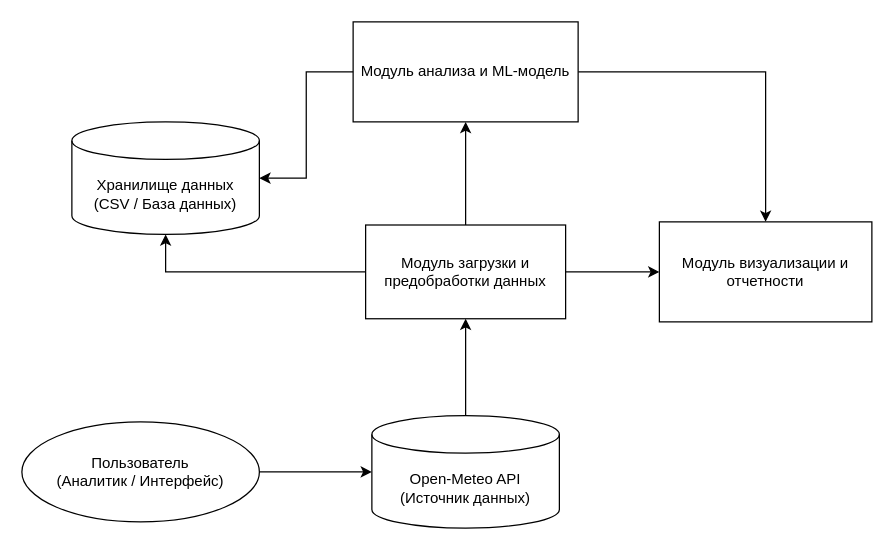
Kirill010/RTU-MIREA keeps this draw.io diagram as 4 курс/Проектирование аналитических систем/storm_architecture.drawio. Above is the earlier version. Source tidied: cells renumbered, new cells numbered last; positions are measured from the earlier drawing's top-left corner, leaving out a move shared by most shapes. Both pictures are drawn from the tidied source at 125%, with x=0, y=0 at pixel (21, 21).
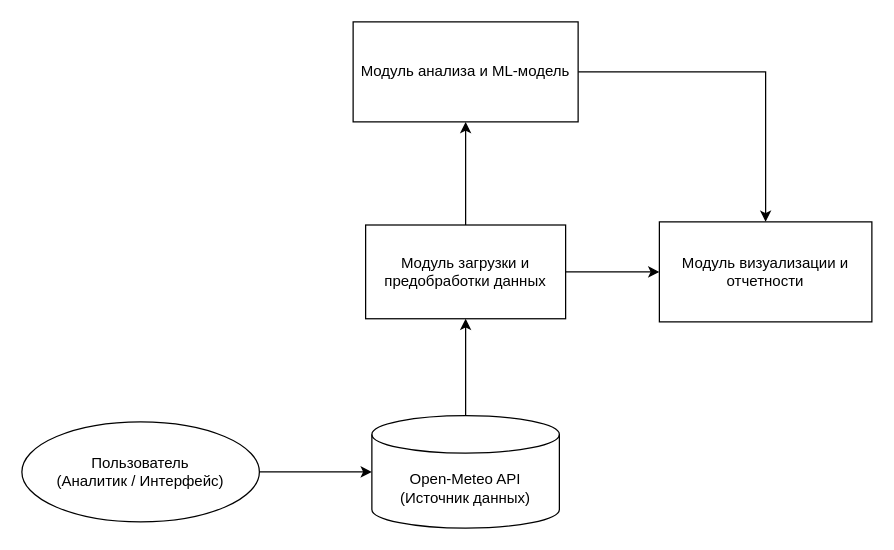
The same diagram, later.

The edit, as a diff of the source:
```diff
@@
 <mxGraphModel>
   <root>
     <mxCell id="0" />
     <mxCell id="1" parent="0" />
     <mxCell id="2" style="edgeStyle=orthogonalEdgeStyle;rounded=0;jettySize=auto;html=1;entryX=0.5;entryY=1;entryDx=0;entryDy=0;" parent="1" edge="1" source="3" target="6">
       <mxGeometry relative="1" as="geometry" />
     </mxCell>
     <mxCell id="3" value="Open-Meteo API&lt;div&gt;(Источник данных)&lt;/div&gt;" style="shape=cylinder3;whiteSpace=wrap;html=1;boundedLbl=1;backgroundOutline=1;size=15;" parent="1" vertex="1">
       <mxGeometry x="280" y="315" width="150" height="90" as="geometry" />
     </mxCell>
     <mxCell id="4" style="edgeStyle=orthogonalEdgeStyle;rounded=0;jettySize=auto;html=1;" parent="1" edge="1" source="6" target="9">
       <mxGeometry relative="1" as="geometry" />
     </mxCell>
     <mxCell id="5" style="edgeStyle=orthogonalEdgeStyle;rounded=0;jettySize=auto;html=1;" parent="1" edge="1" source="6" target="10">
       <mxGeometry relative="1" as="geometry" />
     </mxCell>
     <mxCell id="6" value="Модуль загрузки и предобработки данных" style="rounded=0;whiteSpace=wrap;html=1;" parent="1" vertex="1">
       <mxGeometry x="275" y="162.5" width="160" height="75" as="geometry" />
     </mxCell>
-    <mxCell id="7" value="Хранилище данных&lt;br&gt;(CSV / База данных)" style="shape=cylinder3;whiteSpace=wrap;html=1;boundedLbl=1;backgroundOutline=1;size=15;" parent="1" vertex="1">
-      <mxGeometry x="40" y="80" width="150" height="90" as="geometry" />
-    </mxCell>
     <mxCell id="8" style="edgeStyle=orthogonalEdgeStyle;rounded=0;jettySize=auto;html=1;" parent="1" edge="1" source="9" target="10">
       <mxGeometry relative="1" as="geometry" />
     </mxCell>
     <mxCell id="9" value="Модуль анализа и ML-модель" style="rounded=0;whiteSpace=wrap;html=1;" parent="1" vertex="1">
       <mxGeometry x="265" width="180" height="80" as="geometry" />
     </mxCell>
     <mxCell id="10" value="Модуль визуализации и отчетности" style="rounded=0;whiteSpace=wrap;html=1;" parent="1" vertex="1">
       <mxGeometry x="510" y="160" width="170" height="80" as="geometry" />
     </mxCell>
     <mxCell id="11" value="Пользователь&lt;br&gt;(Аналитик / Интерфейс)" style="ellipse;whiteSpace=wrap;html=1;" parent="1" vertex="1">
       <mxGeometry y="320" width="190" height="80" as="geometry" />
     </mxCell>
     <mxCell id="12" style="edgeStyle=orthogonalEdgeStyle;rounded=0;jettySize=auto;html=1;entryX=0;entryY=0.5;entryDx=0;entryDy=0;entryPerimeter=0;" parent="1" edge="1" source="11" target="3">
       <mxGeometry relative="1" as="geometry" />
     </mxCell>
-    <mxCell id="13" style="edgeStyle=orthogonalEdgeStyle;rounded=0;jettySize=auto;html=1;entryX=1;entryY=0.5;entryDx=0;entryDy=0;entryPerimeter=0;" parent="1" edge="1" source="9" target="7">
-      <mxGeometry relative="1" as="geometry" />
-    </mxCell>
-    <mxCell id="14" style="edgeStyle=orthogonalEdgeStyle;rounded=0;jettySize=auto;html=1;entryX=0.5;entryY=1;entryDx=0;entryDy=0;entryPerimeter=0;" parent="1" edge="1" source="6" target="7">
-      <mxGeometry relative="1" as="geometry" />
-    </mxCell>
   </root>
 </mxGraphModel>
```
